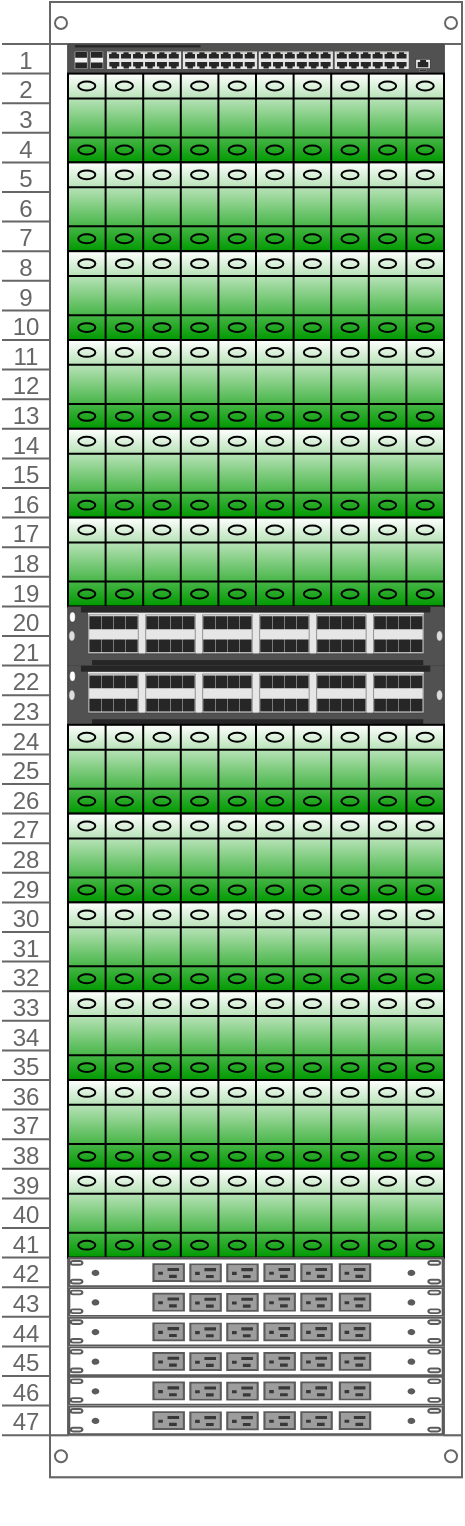
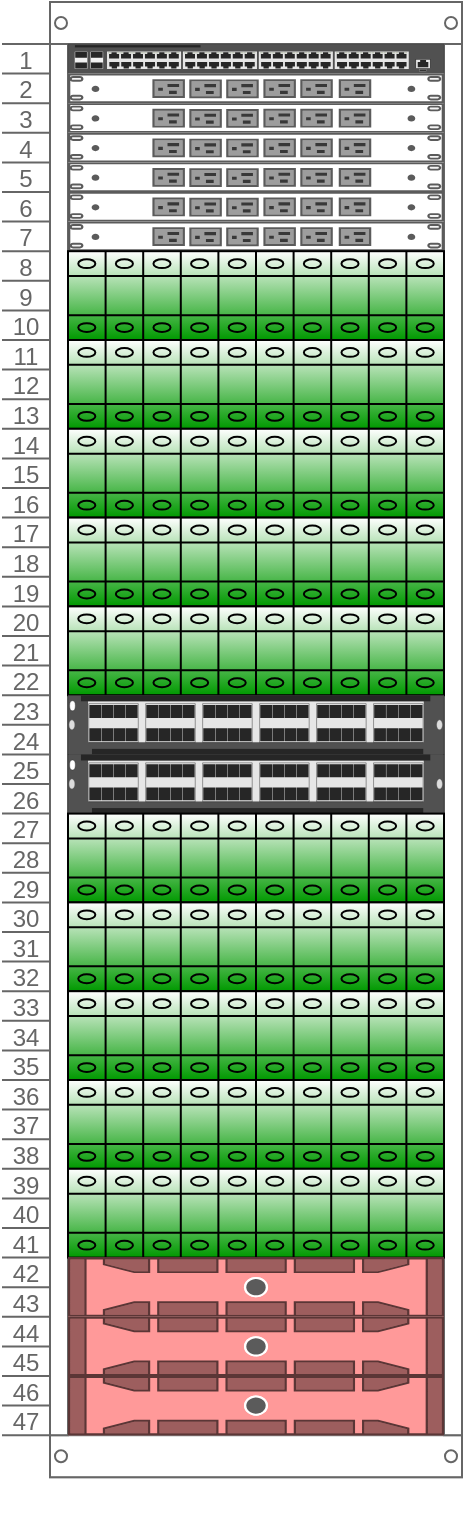
<mxfile host="app.diagrams.net" agent="Mozilla/5.0 (Windows NT 10.0; Win64; x64) AppleWebKit/537.36 (KHTML, like Gecko) Chrome/149.0.0.0 Safari/537.36 Edg/149.0.0.0">
  <diagram name="第 1 页" id="bMlra93rLXf8aHpUUbwS">
-     <mxGraphModel dx="1814" dy="1021" grid="1" gridSize="10" guides="1" tooltips="1" connect="1" arrows="1" fold="1" page="1" pageScale="1" pageWidth="827" pageHeight="1169" math="0" shadow="0">
+     <mxGraphModel dx="1013" dy="794" grid="1" gridSize="10" guides="1" tooltips="1" connect="1" arrows="1" fold="1" page="1" pageScale="1" pageWidth="827" pageHeight="1169" math="0" shadow="0">
      <root>
        <mxCell id="0" />
        <mxCell id="1" parent="0" />
        <mxCell id="qoCqpINY19ieiWJ2OYOo-3" parent="1" style="strokeColor=#666666;html=1;verticalLabelPosition=bottom;labelBackgroundColor=#ffffff;verticalAlign=top;outlineConnect=0;shadow=0;dashed=0;shape=mxgraph.rackGeneral.rackCabinet3;rackUnitSize=14.8;fillColor2=#f4f4f4;container=1;collapsible=0;childLayout=rack;allowGaps=1;marginLeft=33;marginRight=9;marginTop=21;marginBottom=22;textColor=#666666;numDisp=ascend;" value="&lt;span style=&quot;color: rgba(0, 0, 0, 0); font-family: monospace; font-size: 0px; text-align: start; background-color: rgb(236, 236, 236);&quot;&gt;%3CmxGraphModel%3E%3Croot%3E%3CmxCell%20id%3D%220%22%2F%3E%3CmxCell%20id%3D%221%22%20parent%3D%220%22%2F%3E%3CmxCell%20id%3D%222%22%20parent%3D%221%22%20style%3D%22strokeColor%3D%23666666%3Bhtml%3D1%3BverticalLabelPosition%3Dbottom%3BlabelBackgroundColor%3D%23ffffff%3BverticalAlign%3Dtop%3BoutlineConnect%3D0%3Bshadow%3D0%3Bdashed%3D0%3Bshape%3Dmxgraph.rackGeneral.rackCabinet3%3BrackUnitSize%3D14.8%3BfillColor2%3D%23f4f4f4%3Bcontainer%3D1%3Bcollapsible%3D0%3BchildLayout%3Drack%3BallowGaps%3D1%3BmarginLeft%3D33%3BmarginRight%3D9%3BmarginTop%3D21%3BmarginBottom%3D22%3BtextColor%3D%23666666%3BnumDisp%3Dascend%3B%22%20value%3D%22%22%20vertex%3D%221%22%3E%3CmxGeometry%20height%3D%22660%22%20width%3D%22230%22%20x%3D%22100%22%20y%3D%22230%22%20as%3D%22geometry%22%2F%3E%3C%2FmxCell%3E%3CmxCell%20id%3D%223%22%20parent%3D%222%22%20style%3D%22verticalLabelPosition%3Dbottom%3Bdashed%3D0%3Bshadow%3D0%3Bhtml%3D1%3Balign%3Dcenter%3BverticalAlign%3Dtop%3Bshape%3Dmxgraph.cabinets.terminal_40mm2_x10%3B%22%20value%3D%22%26lt%3Bspan%20style%3D%26quot%3Bcolor%3A%20rgba(0%2C%200%2C%200%2C%200)%3B%20font-family%3A%20monospace%3B%20font-size%3A%200px%3B%20text-align%3A%20start%3B%26quot%3B%26gt%3B%253CmxGraphModel%253E%253Croot%253E%253CmxCell%2520id%253D%25220%2522%252F%253E%253CmxCell%2520id%253D%25221%2522%2520parent%253D%25220%2522%252F%253E%253CmxCell%2520id%253D%25222%2522%2520parent%253D%25221%2522%2520style%253D%2522html%253D1%253BverticalLabelPosition%253Dbottom%253BverticalAlign%253Dtop%253BoutlineConnect%253D0%253Bshadow%253D0%253Bdashed%253D0%253Bshape%253Dmxgraph.rack.hpe_aruba.switches.r0x44_aruba_6400_48p_10g_25g_sfp28_module%253B%2522%2520value%253D%2522%2522%2520vertex%253D%25221%2522%253E%253CmxGeometry%2520height%253D%252229.6%2522%2520width%253D%2522188%2522%2520x%253D%2522133%2522%2520y%253D%2522473%2522%2520as%253D%2522geometry%2522%252F%253E%253C%252FmxCell%253E%253C%252Froot%253E%253C%252FmxGraphModel%253E%26lt%3B%2Fspan%26gt%3B%22%20vertex%3D%221%22%3E%3CmxGeometry%20height%3D%2244.400000000000006%22%20width%3D%22188%22%20x%3D%2233%22%20y%3D%22109.80000000000001%22%20as%3D%22geometry%22%2F%3E%3C%2FmxCell%3E%3CmxCell%20id%3D%224%22%20parent%3D%222%22%20style%3D%22verticalLabelPosition%3Dbottom%3Bdashed%3D0%3Bshadow%3D0%3Bhtml%3D1%3Balign%3Dcenter%3BverticalAlign%3Dtop%3Bshape%3Dmxgraph.cabinets.terminal_40mm2_x10%3B%22%20value%3D%22%26lt%3Bspan%20style%3D%26quot%3Bcolor%3A%20rgba(0%2C%200%2C%200%2C%200)%3B%20font-family%3A%20monospace%3B%20font-size%3A%200px%3B%20text-align%3A%20start%3B%26quot%3B%26gt%3B%253CmxGraphModel%253E%253Croot%253E%253CmxCell%2520id%253D%25220%2522%252F%253E%253CmxCell%2520id%253D%25221%2522%2520parent%253D%25220%2522%252F%253E%253CmxCell%2520id%253D%25222%2522%2520parent%253D%25221%2522%2520style%253D%2522html%253D1%253BverticalLabelPosition%253Dbottom%253BverticalAlign%253Dtop%253BoutlineConnect%253D0%253Bshadow%253D0%253Bdashed%253D0%253Bshape%253Dmxgraph.rack.hpe_aruba.switches.r0x44_aruba_6400_48p_10g_25g_sfp28_module%253B%2522%2520value%253D%2522%2522%2520vertex%253D%25221%2522%253E%253CmxGeometry%2520height%253D%252229.6%2522%2520width%253D%2522188%2522%2520x%253D%2522133%2522%2520y%253D%2522473%2522%2520as%253D%2522geometry%2522%252F%253E%253C%252FmxCell%253E%253C%252Froot%253E%253C%252FmxGraphModel%253E%26lt%3B%2Fspan%26gt%3B%22%20vertex%3D%221%22%3E%3CmxGeometry%20height%3D%2244.400000000000006%22%20width%3D%22188%22%20x%3D%2233%22%20y%3D%22213.4%22%20as%3D%22geometry%22%2F%3E%3C%2FmxCell%3E%3CmxCell%20id%3D%225%22%20parent%3D%222%22%20style%3D%22html%3D1%3BverticalLabelPosition%3Dbottom%3BverticalAlign%3Dtop%3BoutlineConnect%3D0%3Bshadow%3D0%3Bdashed%3D0%3Bshape%3Dmxgraph.rack.hpe_aruba.switches.r0x44_aruba_6400_48p_10g_25g_sfp28_module%3B%22%20value%3D%22%22%20vertex%3D%221%22%3E%3CmxGeometry%20height%3D%2229.6%22%20width%3D%22188%22%20x%3D%2233%22%20y%3D%22317%22%20as%3D%22geometry%22%2F%3E%3C%2FmxCell%3E%3CmxCell%20id%3D%226%22%20parent%3D%222%22%20style%3D%22html%3D1%3BverticalLabelPosition%3Dbottom%3BverticalAlign%3Dtop%3BoutlineConnect%3D0%3Bshadow%3D0%3Bdashed%3D0%3Bshape%3Dmxgraph.rack.hpe_aruba.switches.r0x44_aruba_6400_48p_10g_25g_sfp28_module%3B%22%20value%3D%22%22%20vertex%3D%221%22%3E%3CmxGeometry%20height%3D%2229.6%22%20width%3D%22188%22%20x%3D%2233%22%20y%3D%22346.6%22%20as%3D%22geometry%22%2F%3E%3C%2FmxCell%3E%3CmxCell%20id%3D%227%22%20parent%3D%222%22%20style%3D%22verticalLabelPosition%3Dbottom%3Bdashed%3D0%3Bshadow%3D0%3Bhtml%3D1%3Balign%3Dcenter%3BverticalAlign%3Dtop%3Bshape%3Dmxgraph.cabinets.terminal_40mm2_x10%3B%22%20value%3D%22%26lt%3Bspan%20style%3D%26quot%3Bcolor%3A%20rgba(0%2C%200%2C%200%2C%200)%3B%20font-family%3A%20monospace%3B%20font-size%3A%200px%3B%20text-align%3A%20start%3B%26quot%3B%26gt%3B%253CmxGraphModel%253E%253Croot%253E%253CmxCell%2520id%253D%25220%2522%252F%253E%253CmxCell%2520id%253D%25221%2522%2520parent%253D%25220%2522%252F%253E%253CmxCell%2520id%253D%25222%2522%2520parent%253D%25221%2522%2520style%253D%2522html%253D1%253BverticalLabelPosition%253Dbottom%253BverticalAlign%253Dtop%253BoutlineConnect%253D0%253Bshadow%253D0%253Bdashed%253D0%253Bshape%253Dmxgraph.rack.hpe_aruba.switches.r0x44_aruba_6400_48p_10g_25g_sfp28_module%253B%2522%2520value%253D%2522%2522%2520vertex%253D%25221%2522%253E%253CmxGeometry%2520height%253D%252229.6%2522%2520width%253D%2522188%2522%2520x%253D%2522133%2522%2520y%253D%2522473%2522%2520as%253D%2522geometry%2522%252F%253E%253C%252FmxCell%253E%253C%252Froot%253E%253C%252FmxGraphModel%253E%26lt%3B%2Fspan%26gt%3B%22%20vertex%3D%221%22%3E%3CmxGeometry%20height%3D%2244.400000000000006%22%20width%3D%22188%22%20x%3D%2233%22%20y%3D%22435.40000000000003%22%20as%3D%22geometry%22%2F%3E%3C%2FmxCell%3E%3CmxCell%20id%3D%228%22%20parent%3D%222%22%20style%3D%22verticalLabelPosition%3Dbottom%3Bdashed%3D0%3Bshadow%3D0%3Bhtml%3D1%3Balign%3Dcenter%3BverticalAlign%3Dtop%3Bshape%3Dmxgraph.cabinets.terminal_40mm2_x10%3B%22%20value%3D%22%22%20vertex%3D%221%22%3E%3CmxGeometry%20height%3D%2244.400000000000006%22%20width%3D%22188%22%20x%3D%2233%22%20y%3D%22539%22%20as%3D%22geometry%22%2F%3E%3C%2FmxCell%3E%3C%2Froot%3E%3C%2FmxGraphModel%3E&lt;/span&gt;" vertex="1">
          <mxGeometry height="740" width="230" x="430" y="130" as="geometry" />
        </mxCell>
        <mxCell id="qoCqpINY19ieiWJ2OYOo-28" parent="qoCqpINY19ieiWJ2OYOo-3" style="html=1;verticalLabelPosition=bottom;verticalAlign=top;outlineConnect=0;shadow=0;dashed=0;shape=mxgraph.rack.hpe_aruba.switches.jl254a_aruba_2930f_48g_4sfpplus_switch;" value="" vertex="1">
          <mxGeometry height="14.8" width="188" x="33" y="21" as="geometry" />
        </mxCell>
-         <mxCell id="N1VD887cgYzaZ_G5UufL-19" parent="qoCqpINY19ieiWJ2OYOo-3" style="verticalLabelPosition=bottom;dashed=0;shadow=0;html=1;align=center;verticalAlign=top;shape=mxgraph.cabinets.terminal_40mm2_x10;gradientColor=#009900;" value="" vertex="1">
-           <mxGeometry height="44.400000000000006" width="188" x="33" y="35.8" as="geometry" />
+         <mxCell id="N1VD887cgYzaZ_G5UufL-6" parent="qoCqpINY19ieiWJ2OYOo-3" style="strokeColor=#666666;html=1;labelPosition=right;align=left;spacingLeft=15;shadow=0;dashed=0;outlineConnect=0;shape=mxgraph.rack.dell.power_strip;" value="" vertex="1">
+           <mxGeometry height="14.8" width="188" x="33" y="35.8" as="geometry" />
+         </mxCell>
+         <mxCell id="N1VD887cgYzaZ_G5UufL-5" parent="qoCqpINY19ieiWJ2OYOo-3" style="strokeColor=#666666;html=1;labelPosition=right;align=left;spacingLeft=15;shadow=0;dashed=0;outlineConnect=0;shape=mxgraph.rack.dell.power_strip;" value="" vertex="1">
+           <mxGeometry height="14.8" width="188" x="33" y="50.6" as="geometry" />
+         </mxCell>
+         <mxCell id="N1VD887cgYzaZ_G5UufL-4" parent="qoCqpINY19ieiWJ2OYOo-3" style="strokeColor=#666666;html=1;labelPosition=right;align=left;spacingLeft=15;shadow=0;dashed=0;outlineConnect=0;shape=mxgraph.rack.dell.power_strip;" value="" vertex="1">
+           <mxGeometry height="14.8" width="188" x="33" y="65.4" as="geometry" />
+         </mxCell>
+         <mxCell id="N1VD887cgYzaZ_G5UufL-3" parent="qoCqpINY19ieiWJ2OYOo-3" style="strokeColor=#666666;html=1;labelPosition=right;align=left;spacingLeft=15;shadow=0;dashed=0;outlineConnect=0;shape=mxgraph.rack.dell.power_strip;" value="" vertex="1">
+           <mxGeometry height="14.8" width="188" x="33" y="80.2" as="geometry" />
+         </mxCell>
+         <mxCell id="N1VD887cgYzaZ_G5UufL-2" parent="qoCqpINY19ieiWJ2OYOo-3" style="strokeColor=#666666;html=1;labelPosition=right;align=left;spacingLeft=15;shadow=0;dashed=0;outlineConnect=0;shape=mxgraph.rack.dell.power_strip;" value="" vertex="1">
+           <mxGeometry height="14.8" width="188" x="33" y="95" as="geometry" />
+         </mxCell>
+         <mxCell id="N1VD887cgYzaZ_G5UufL-1" parent="qoCqpINY19ieiWJ2OYOo-3" style="strokeColor=#666666;html=1;labelPosition=right;align=left;spacingLeft=15;shadow=0;dashed=0;outlineConnect=0;shape=mxgraph.rack.dell.power_strip;" value="" vertex="1">
+           <mxGeometry height="14.8" width="188" x="33" y="109.80000000000001" as="geometry" />
        </mxCell>
        <mxCell id="N1VD887cgYzaZ_G5UufL-18" parent="qoCqpINY19ieiWJ2OYOo-3" style="verticalLabelPosition=bottom;dashed=0;shadow=0;html=1;align=center;verticalAlign=top;shape=mxgraph.cabinets.terminal_40mm2_x10;gradientColor=#009900;" value="" vertex="1">
-           <mxGeometry height="44.400000000000006" width="188" x="33" y="80.2" as="geometry" />
+           <mxGeometry height="44.400000000000006" width="188" x="33" y="124.60000000000001" as="geometry" />
        </mxCell>
        <mxCell id="N1VD887cgYzaZ_G5UufL-17" parent="qoCqpINY19ieiWJ2OYOo-3" style="verticalLabelPosition=bottom;dashed=0;shadow=0;html=1;align=center;verticalAlign=top;shape=mxgraph.cabinets.terminal_40mm2_x10;gradientColor=#009900;" value="" vertex="1">
-           <mxGeometry height="44.400000000000006" width="188" x="33" y="124.60000000000001" as="geometry" />
+           <mxGeometry height="44.400000000000006" width="188" x="33" y="169" as="geometry" />
        </mxCell>
        <mxCell id="N1VD887cgYzaZ_G5UufL-16" parent="qoCqpINY19ieiWJ2OYOo-3" style="verticalLabelPosition=bottom;dashed=0;shadow=0;html=1;align=center;verticalAlign=top;shape=mxgraph.cabinets.terminal_40mm2_x10;gradientColor=#009900;" value="" vertex="1">
-           <mxGeometry height="44.400000000000006" width="188" x="33" y="169" as="geometry" />
+           <mxGeometry height="44.400000000000006" width="188" x="33" y="213.4" as="geometry" />
        </mxCell>
        <mxCell id="N1VD887cgYzaZ_G5UufL-15" parent="qoCqpINY19ieiWJ2OYOo-3" style="verticalLabelPosition=bottom;dashed=0;shadow=0;html=1;align=center;verticalAlign=top;shape=mxgraph.cabinets.terminal_40mm2_x10;gradientColor=#009900;" value="" vertex="1">
-           <mxGeometry height="44.400000000000006" width="188" x="33" y="213.4" as="geometry" />
+           <mxGeometry height="44.400000000000006" width="188" x="33" y="257.8" as="geometry" />
        </mxCell>
        <mxCell id="N1VD887cgYzaZ_G5UufL-14" parent="qoCqpINY19ieiWJ2OYOo-3" style="verticalLabelPosition=bottom;dashed=0;shadow=0;html=1;align=center;verticalAlign=top;shape=mxgraph.cabinets.terminal_40mm2_x10;gradientColor=#009900;" value="" vertex="1">
-           <mxGeometry height="44.400000000000006" width="188" x="33" y="257.8" as="geometry" />
+           <mxGeometry height="44.400000000000006" width="188" x="33" y="302.2" as="geometry" />
+         </mxCell>
+         <mxCell id="qoCqpINY19ieiWJ2OYOo-6" parent="qoCqpINY19ieiWJ2OYOo-3" style="html=1;verticalLabelPosition=bottom;verticalAlign=top;outlineConnect=0;shadow=0;dashed=0;shape=mxgraph.rack.hpe_aruba.switches.r0x44_aruba_6400_48p_10g_25g_sfp28_module;" value="" vertex="1">
+           <mxGeometry height="29.6" width="188" x="33" y="346.6" as="geometry" />
        </mxCell>
        <mxCell id="qoCqpINY19ieiWJ2OYOo-7" parent="qoCqpINY19ieiWJ2OYOo-3" style="html=1;verticalLabelPosition=bottom;verticalAlign=top;outlineConnect=0;shadow=0;dashed=0;shape=mxgraph.rack.hpe_aruba.switches.r0x44_aruba_6400_48p_10g_25g_sfp28_module;" value="" vertex="1">
-           <mxGeometry height="29.6" width="188" x="33" y="302.2" as="geometry" />
+           <mxGeometry height="29.6" width="188" x="33" y="376.20000000000005" as="geometry" />
        </mxCell>
-         <mxCell id="qoCqpINY19ieiWJ2OYOo-6" parent="qoCqpINY19ieiWJ2OYOo-3" style="html=1;verticalLabelPosition=bottom;verticalAlign=top;outlineConnect=0;shadow=0;dashed=0;shape=mxgraph.rack.hpe_aruba.switches.r0x44_aruba_6400_48p_10g_25g_sfp28_module;" value="" vertex="1">
-           <mxGeometry height="29.6" width="188" x="33" y="331.8" as="geometry" />
-         </mxCell>
-         <mxCell id="N1VD887cgYzaZ_G5UufL-13" parent="qoCqpINY19ieiWJ2OYOo-3" style="verticalLabelPosition=bottom;dashed=0;shadow=0;html=1;align=center;verticalAlign=top;shape=mxgraph.cabinets.terminal_40mm2_x10;gradientColor=#009900;" value="" vertex="1">
-           <mxGeometry height="44.400000000000006" width="188" x="33" y="361.40000000000003" as="geometry" />
+         <mxCell id="qoCqpINY19ieiWJ2OYOo-9" parent="qoCqpINY19ieiWJ2OYOo-3" style="verticalLabelPosition=bottom;dashed=0;shadow=0;html=1;align=center;verticalAlign=top;shape=mxgraph.cabinets.terminal_40mm2_x10;gradientColor=#009900;" value="" vertex="1">
+           <mxGeometry height="44.400000000000006" width="188" x="33" y="405.8" as="geometry" />
        </mxCell>
        <mxCell id="N1VD887cgYzaZ_G5UufL-12" parent="qoCqpINY19ieiWJ2OYOo-3" style="verticalLabelPosition=bottom;dashed=0;shadow=0;html=1;align=center;verticalAlign=top;shape=mxgraph.cabinets.terminal_40mm2_x10;gradientColor=#009900;" value="" vertex="1">
-           <mxGeometry height="44.400000000000006" width="188" x="33" y="405.8" as="geometry" />
+           <mxGeometry height="44.400000000000006" width="188" x="33" y="450.20000000000005" as="geometry" />
        </mxCell>
        <mxCell id="N1VD887cgYzaZ_G5UufL-11" parent="qoCqpINY19ieiWJ2OYOo-3" style="verticalLabelPosition=bottom;dashed=0;shadow=0;html=1;align=center;verticalAlign=top;shape=mxgraph.cabinets.terminal_40mm2_x10;gradientColor=#009900;" value="" vertex="1">
-           <mxGeometry height="44.400000000000006" width="188" x="33" y="450.20000000000005" as="geometry" />
+           <mxGeometry height="44.400000000000006" width="188" x="33" y="494.6" as="geometry" />
        </mxCell>
        <mxCell id="N1VD887cgYzaZ_G5UufL-10" parent="qoCqpINY19ieiWJ2OYOo-3" style="verticalLabelPosition=bottom;dashed=0;shadow=0;html=1;align=center;verticalAlign=top;shape=mxgraph.cabinets.terminal_40mm2_x10;gradientColor=#009900;" value="" vertex="1">
-           <mxGeometry height="44.400000000000006" width="188" x="33" y="494.6" as="geometry" />
+           <mxGeometry height="44.400000000000006" width="188" x="33" y="539" as="geometry" />
        </mxCell>
        <mxCell id="N1VD887cgYzaZ_G5UufL-9" parent="qoCqpINY19ieiWJ2OYOo-3" style="verticalLabelPosition=bottom;dashed=0;shadow=0;html=1;align=center;verticalAlign=top;shape=mxgraph.cabinets.terminal_40mm2_x10;gradientColor=#009900;" value="" vertex="1">
-           <mxGeometry height="44.400000000000006" width="188" x="33" y="539" as="geometry" />
-         </mxCell>
-         <mxCell id="qoCqpINY19ieiWJ2OYOo-9" parent="qoCqpINY19ieiWJ2OYOo-3" style="verticalLabelPosition=bottom;dashed=0;shadow=0;html=1;align=center;verticalAlign=top;shape=mxgraph.cabinets.terminal_40mm2_x10;gradientColor=#009900;" value="" vertex="1">
          <mxGeometry height="44.400000000000006" width="188" x="33" y="583.4" as="geometry" />
        </mxCell>
-         <mxCell id="N1VD887cgYzaZ_G5UufL-6" parent="qoCqpINY19ieiWJ2OYOo-3" style="strokeColor=#666666;html=1;labelPosition=right;align=left;spacingLeft=15;shadow=0;dashed=0;outlineConnect=0;shape=mxgraph.rack.dell.power_strip;" value="" vertex="1">
-           <mxGeometry height="14.8" width="188" x="33" y="627.8000000000001" as="geometry" />
+         <mxCell id="N1VD887cgYzaZ_G5UufL-23" parent="qoCqpINY19ieiWJ2OYOo-3" style="strokeColor=#666666;html=1;labelPosition=right;align=left;spacingLeft=15;shadow=0;dashed=0;outlineConnect=0;shape=mxgraph.rack.dell.dell_poweredge_2u;fillColor=#FF9999;" value="" vertex="1">
+           <mxGeometry height="29.6" width="188" x="33" y="627.8000000000001" as="geometry" />
        </mxCell>
-         <mxCell id="N1VD887cgYzaZ_G5UufL-5" parent="qoCqpINY19ieiWJ2OYOo-3" style="strokeColor=#666666;html=1;labelPosition=right;align=left;spacingLeft=15;shadow=0;dashed=0;outlineConnect=0;shape=mxgraph.rack.dell.power_strip;" value="" vertex="1">
-           <mxGeometry height="14.8" width="188" x="33" y="642.6" as="geometry" />
+         <mxCell id="N1VD887cgYzaZ_G5UufL-25" parent="qoCqpINY19ieiWJ2OYOo-3" style="strokeColor=#666666;html=1;labelPosition=right;align=left;spacingLeft=15;shadow=0;dashed=0;outlineConnect=0;shape=mxgraph.rack.dell.dell_poweredge_2u;fillColor=#FF9999;" value="" vertex="1">
+           <mxGeometry height="29.6" width="188" x="33" y="657.4" as="geometry" />
        </mxCell>
-         <mxCell id="N1VD887cgYzaZ_G5UufL-4" parent="qoCqpINY19ieiWJ2OYOo-3" style="strokeColor=#666666;html=1;labelPosition=right;align=left;spacingLeft=15;shadow=0;dashed=0;outlineConnect=0;shape=mxgraph.rack.dell.power_strip;" value="" vertex="1">
-           <mxGeometry height="14.8" width="188" x="33" y="657.4" as="geometry" />
-         </mxCell>
-         <mxCell id="N1VD887cgYzaZ_G5UufL-3" parent="qoCqpINY19ieiWJ2OYOo-3" style="strokeColor=#666666;html=1;labelPosition=right;align=left;spacingLeft=15;shadow=0;dashed=0;outlineConnect=0;shape=mxgraph.rack.dell.power_strip;" value="" vertex="1">
-           <mxGeometry height="14.8" width="188" x="33" y="672.2" as="geometry" />
-         </mxCell>
-         <mxCell id="N1VD887cgYzaZ_G5UufL-2" parent="qoCqpINY19ieiWJ2OYOo-3" style="strokeColor=#666666;html=1;labelPosition=right;align=left;spacingLeft=15;shadow=0;dashed=0;outlineConnect=0;shape=mxgraph.rack.dell.power_strip;" value="" vertex="1">
-           <mxGeometry height="14.8" width="188" x="33" y="687" as="geometry" />
-         </mxCell>
-         <mxCell id="N1VD887cgYzaZ_G5UufL-1" parent="qoCqpINY19ieiWJ2OYOo-3" style="strokeColor=#666666;html=1;labelPosition=right;align=left;spacingLeft=15;shadow=0;dashed=0;outlineConnect=0;shape=mxgraph.rack.dell.power_strip;" value="" vertex="1">
-           <mxGeometry height="14.8" width="188" x="33" y="701.8000000000001" as="geometry" />
+         <mxCell id="N1VD887cgYzaZ_G5UufL-21" parent="qoCqpINY19ieiWJ2OYOo-3" style="strokeColor=#666666;html=1;labelPosition=right;align=left;spacingLeft=15;shadow=0;dashed=0;outlineConnect=0;shape=mxgraph.rack.dell.dell_poweredge_2u;fillColor=#FF9999;" value="" vertex="1">
+           <mxGeometry height="29.6" width="188" x="33" y="687" as="geometry" />
        </mxCell>
      </root>
    </mxGraphModel>
  </diagram>
</mxfile>
